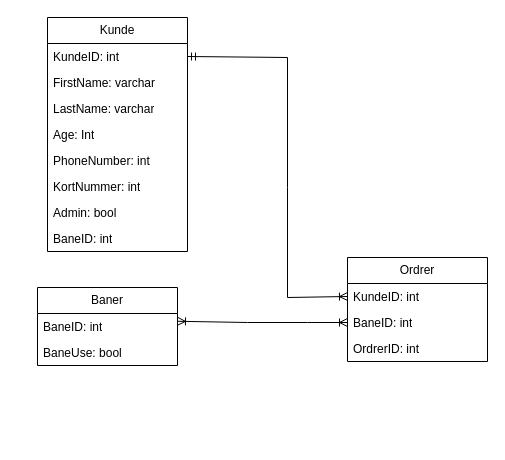
The draw.io diagram erdiagram.drawio in SuneVilsgaard/progb, before the edit. Source tidied: cells renumbered, new cells numbered last; positions are measured from the earlier drawing's top-left corner, leaving out a move shared by most shapes. Both pictures are drawn from the tidied source at 100%, with x=0, y=0 at pixel (37, 17).
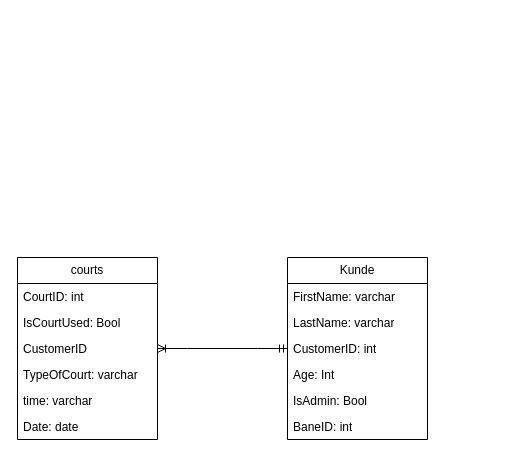
Above is the later version.

Commit message (it also covers changes not shown here):
rettet diagrammer

What changed in the source:
```diff
@@
     <mxCell id="2" value="Kunde" style="swimlane;fontStyle=0;horizontal=1;startSize=26;fillColor=none;whiteSpace=wrap;html=1;" parent="1" vertex="1">
-      <mxGeometry x="10" width="140" height="234" as="geometry" />
+      <mxGeometry x="250" y="240" width="140" height="182" as="geometry" />
     </mxCell>
-    <mxCell id="3" value="KundeID: int" style="text;strokeColor=none;fillColor=none;align=left;verticalAlign=top;spacingLeft=4;spacingRight=4;overflow=hidden;points=[[0,0.5],[1,0.5]];portConstraint=eastwest;whiteSpace=wrap;html=1;" parent="2" vertex="1">
-      <mxGeometry y="26" width="140" height="26" as="geometry" />
-    </mxCell>
     <mxCell id="4" value="FirstName: varchar" style="text;strokeColor=none;fillColor=none;align=left;verticalAlign=top;spacingLeft=4;spacingRight=4;overflow=hidden;whiteSpace=wrap;html=1;" parent="2" vertex="1">
-      <mxGeometry y="52" width="140" height="26" as="geometry" />
+      <mxGeometry y="26" width="140" height="26" as="geometry" />
     </mxCell>
     <mxCell id="5" value="LastName: varchar" style="text;strokeColor=none;fillColor=none;align=left;verticalAlign=top;spacingLeft=4;spacingRight=4;overflow=hidden;whiteSpace=wrap;html=1;" parent="2" vertex="1">
-      <mxGeometry y="78" width="140" height="26" as="geometry" />
+      <mxGeometry y="52" width="140" height="26" as="geometry" />
     </mxCell>
+    <mxCell id="3" value="CustomerID: int" style="text;strokeColor=none;fillColor=none;align=left;verticalAlign=top;spacingLeft=4;spacingRight=4;overflow=hidden;points=[[0,0.5],[1,0.5]];portConstraint=eastwest;whiteSpace=wrap;html=1;" parent="2" vertex="1">
+      <mxGeometry y="78" width="140" height="26" as="geometry" />
+    </mxCell>
@@
-    <mxCell id="7" value="PhoneNumber: int" style="text;strokeColor=none;fillColor=none;align=left;verticalAlign=top;spacingLeft=4;spacingRight=4;overflow=hidden;whiteSpace=wrap;html=1;" parent="2" vertex="1">
-      <mxGeometry y="130" width="140" height="26" as="geometry" />
-    </mxCell>
-    <mxCell id="8" value="KortNummer: int" style="text;strokeColor=none;fillColor=none;align=left;verticalAlign=top;spacingLeft=4;spacingRight=4;overflow=hidden;whiteSpace=wrap;html=1;" parent="2" vertex="1">
-      <mxGeometry y="156" width="140" height="26" as="geometry" />
-    </mxCell>
-    <mxCell id="9" value="Admin: bool" style="text;strokeColor=none;fillColor=none;align=left;verticalAlign=top;spacingLeft=4;spacingRight=4;overflow=hidden;whiteSpace=wrap;html=1;" parent="2" vertex="1">
-      <mxGeometry y="182" width="140" height="26" as="geometry" />
+    <mxCell id="9" value="IsAdmin: Bool" style="text;strokeColor=none;fillColor=none;align=left;verticalAlign=top;spacingLeft=4;spacingRight=4;overflow=hidden;whiteSpace=wrap;html=1;" parent="2" vertex="1">
+      <mxGeometry y="130" width="140" height="26" as="geometry" />
     </mxCell>
     <mxCell id="10" value="BaneID: int" style="text;strokeColor=none;fillColor=none;align=left;verticalAlign=top;spacingLeft=4;spacingRight=4;overflow=hidden;whiteSpace=wrap;html=1;" parent="2" vertex="1">
-      <mxGeometry y="208" width="140" height="26" as="geometry" />
+      <mxGeometry y="156" width="140" height="26" as="geometry" />
     </mxCell>
-    <mxCell id="11" value="Baner" style="swimlane;fontStyle=0;horizontal=1;startSize=26;fillColor=none;whiteSpace=wrap;html=1;" parent="1" vertex="1">
-      <mxGeometry y="270" width="140" height="78" as="geometry" />
+    <mxCell id="11" value="courts" style="swimlane;fontStyle=0;horizontal=1;startSize=26;fillColor=none;whiteSpace=wrap;html=1;" parent="1" vertex="1">
+      <mxGeometry x="-20" y="240" width="140" height="182" as="geometry" />
     </mxCell>
-    <mxCell id="12" value="BaneID: int" style="text;strokeColor=none;fillColor=none;align=left;verticalAlign=top;spacingLeft=4;spacingRight=4;overflow=hidden;points=[[0,0.5],[1,0.5]];portConstraint=eastwest;whiteSpace=wrap;html=1;" parent="11" vertex="1">
+    <mxCell id="12" value="CourtID: int" style="text;strokeColor=none;fillColor=none;align=left;verticalAlign=top;spacingLeft=4;spacingRight=4;overflow=hidden;points=[[0,0.5],[1,0.5]];portConstraint=eastwest;whiteSpace=wrap;html=1;" parent="11" vertex="1">
       <mxGeometry y="26" width="140" height="26" as="geometry" />
     </mxCell>
-    <mxCell id="13" value="BaneUse: bool" style="text;strokeColor=none;fillColor=none;align=left;verticalAlign=top;spacingLeft=4;spacingRight=4;overflow=hidden;whiteSpace=wrap;html=1;" parent="11" vertex="1">
+    <mxCell id="13" value="IsCourtUsed: Bool" style="text;strokeColor=none;fillColor=none;align=left;verticalAlign=top;spacingLeft=4;spacingRight=4;overflow=hidden;whiteSpace=wrap;html=1;" parent="11" vertex="1">
       <mxGeometry y="52" width="140" height="26" as="geometry" />
     </mxCell>
-    <mxCell id="14" value="Ordrer" style="swimlane;fontStyle=0;horizontal=1;startSize=26;fillColor=none;whiteSpace=wrap;html=1;" parent="1" vertex="1">
-      <mxGeometry x="310" y="240" width="140" height="104" as="geometry" />
-    </mxCell>
-    <mxCell id="15" value="KundeID: int" style="text;strokeColor=none;fillColor=none;align=left;verticalAlign=top;spacingLeft=4;spacingRight=4;overflow=hidden;points=[[0,0.5],[1,0.5]];portConstraint=eastwest;whiteSpace=wrap;html=1;" parent="14" vertex="1">
-      <mxGeometry y="26" width="140" height="26" as="geometry" />
-    </mxCell>
-    <mxCell id="16" value="BaneID: int" style="text;strokeColor=none;fillColor=none;align=left;verticalAlign=top;spacingLeft=4;spacingRight=4;overflow=hidden;points=[[0,0.5],[1,0.5]];portConstraint=eastwest;whiteSpace=wrap;html=1;" parent="14" vertex="1">
-      <mxGeometry y="52" width="140" height="26" as="geometry" />
-    </mxCell>
-    <mxCell id="17" value="OrdrerID: int" style="text;strokeColor=none;fillColor=none;align=left;verticalAlign=top;spacingLeft=4;spacingRight=4;overflow=hidden;whiteSpace=wrap;html=1;" parent="14" vertex="1">
-      <mxGeometry y="78" width="140" height="26" as="geometry" />
-    </mxCell>
-    <mxCell id="18" style="fontSize=12;html=1;endArrow=ERoneToMany;startArrow=ERoneToMany;rounded=0;entryX=1;entryY=0.299;entryDx=0;entryDy=0;entryPerimeter=0;exitX=0;exitY=0.5;exitDx=0;exitDy=0;startFill=0;endFill=0;" parent="1" edge="1" source="16" target="12">
-      <mxGeometry relative="1" as="geometry">
-        <Array as="points">
-          <mxPoint x="270" y="305" />
-          <mxPoint x="210" y="305" />
-        </Array>
-      </mxGeometry>
-    </mxCell>
-    <mxCell id="19" style="fontSize=12;html=1;endArrow=ERmandOne;startArrow=ERoneToMany;rounded=0;exitX=0;exitY=0.5;exitDx=0;exitDy=0;entryX=1;entryY=0.5;entryDx=0;entryDy=0;endFill=1;startFill=0;" parent="1" edge="1" source="15" target="3">
-      <mxGeometry relative="1" as="geometry">
-        <Array as="points">
-          <mxPoint x="250" y="280" />
-          <mxPoint x="250" y="170" />
-          <mxPoint x="250" y="40" />
-        </Array>
-      </mxGeometry>
-    </mxCell>
+    <mxCell id="20" value="CustomerID" style="text;strokeColor=none;fillColor=none;align=left;verticalAlign=top;spacingLeft=4;spacingRight=4;overflow=hidden;points=[[0,0.5],[1,0.5]];portConstraint=eastwest;whiteSpace=wrap;html=1;" parent="11" vertex="1">
+      <mxGeometry y="78" width="140" height="26" as="geometry" />
+    </mxCell>
+    <mxCell id="21" value="TypeOfCourt: varchar" style="text;strokeColor=none;fillColor=none;align=left;verticalAlign=top;spacingLeft=4;spacingRight=4;overflow=hidden;whiteSpace=wrap;html=1;" parent="11" vertex="1">
+      <mxGeometry y="104" width="140" height="26" as="geometry" />
+    </mxCell>
+    <mxCell id="22" value="time: varchar" style="text;strokeColor=none;fillColor=none;align=left;verticalAlign=top;spacingLeft=4;spacingRight=4;overflow=hidden;whiteSpace=wrap;html=1;" parent="11" vertex="1">
+      <mxGeometry y="130" width="140" height="26" as="geometry" />
+    </mxCell>
+    <mxCell id="23" value="Date: date" style="text;strokeColor=none;fillColor=none;align=left;verticalAlign=top;spacingLeft=4;spacingRight=4;overflow=hidden;whiteSpace=wrap;html=1;" parent="11" vertex="1">
+      <mxGeometry y="156" width="140" height="26" as="geometry" />
+    </mxCell>
+    <mxCell id="24" style="edgeStyle=entityRelationEdgeStyle;fontSize=12;html=1;endArrow=ERmandOne;rounded=0;entryX=0;entryY=0.5;entryDx=0;entryDy=0;exitX=1;exitY=0.5;exitDx=0;exitDy=0;startArrow=ERoneToMany;startFill=1;endFill=0;" parent="1" edge="1" source="20" target="3">
+      <mxGeometry relative="1" as="geometry" />
+    </mxCell>
```
